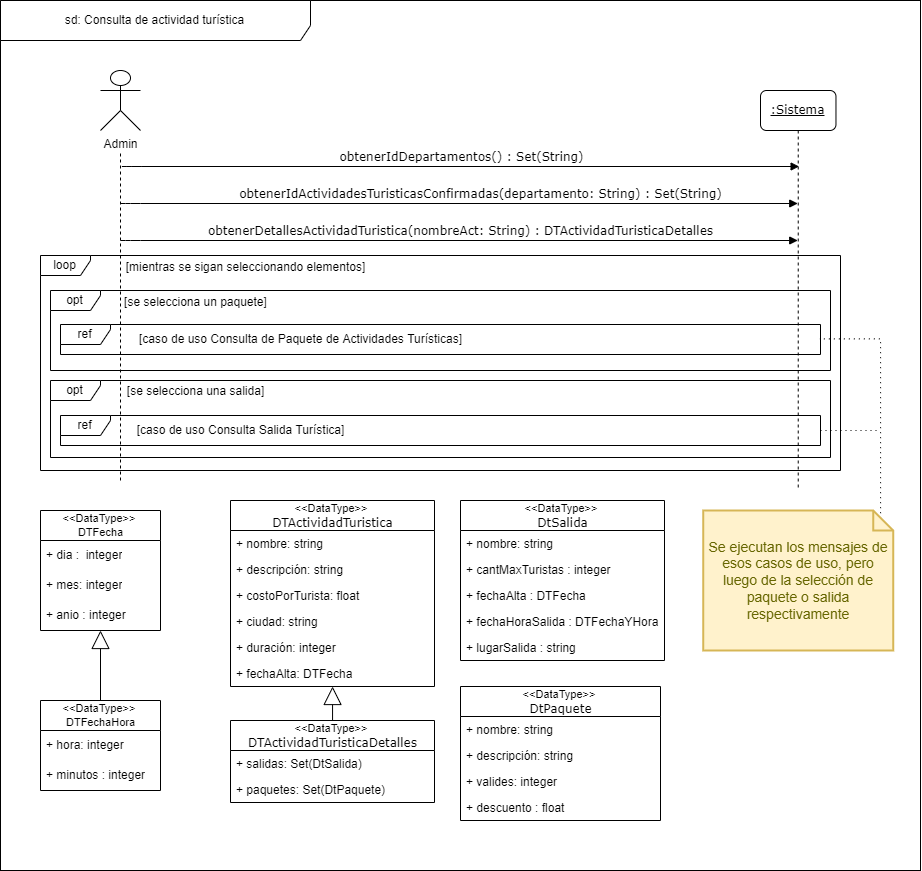
This is docs/Iteración 2/Análisis/DSS Servidor web/ConsultaDeActividadTuristica.png from FacundoDiaz00/Taller-de-Programaci-n, a draw.io export, as it was before one commit. Source tidied: cells renumbered, new cells last; positions are measured from the earlier drawing's top-left corner, leaving out a move shared by most shapes. Its diagram source:
```xml
<mxGraphModel>
  <root>
    <mxCell id="0" />
    <mxCell id="1" parent="0" />
    <mxCell id="2" style="rounded=0;whiteSpace=wrap;html=1;fontSize=12;" parent="1" vertex="1">
      <mxGeometry width="920" height="870" as="geometry" />
    </mxCell>
    <mxCell id="3" value="sd: Consulta de actividad turística" style="shape=umlFrame;whiteSpace=wrap;html=1;width=310;height=40;" parent="1" vertex="1">
      <mxGeometry width="920" height="870" as="geometry" />
    </mxCell>
    <mxCell id="4" value="Admin&lt;br&gt;" style="shape=umlActor;verticalLabelPosition=bottom;verticalAlign=top;html=1;rounded=1;" parent="1" vertex="1">
      <mxGeometry x="100" y="70" width="40" height="60" as="geometry" />
    </mxCell>
    <mxCell id="5" value="obtenerIdActividadesTuristicasConfirmadas(departamento: String) : Set(String)" style="html=1;verticalAlign=bottom;endArrow=block;labelBackgroundColor=none;fontFamily=Verdana;fontSize=12;edgeStyle=elbowEdgeStyle;elbow=vertical;" parent="1" edge="1">
      <mxGeometry x="0.06" relative="1" as="geometry">
        <mxPoint x="120" y="203" as="sourcePoint" />
        <mxPoint x="797.2" y="203" as="targetPoint" />
        <Array as="points">
          <mxPoint x="130" y="203" />
        </Array>
      </mxGeometry>
    </mxCell>
    <mxCell id="6" value="obtenerDetallesActividadTuristica(nombreAct: String) : DTActividadTuristicaDetalles" style="html=1;verticalAlign=bottom;endArrow=block;labelBackgroundColor=none;fontFamily=Verdana;fontSize=12;edgeStyle=elbowEdgeStyle;elbow=vertical;" parent="1" edge="1" target="8">
      <mxGeometry relative="1" as="geometry">
        <mxPoint x="120" y="240" as="sourcePoint" />
        <Array as="points">
          <mxPoint x="130" y="240" />
        </Array>
      </mxGeometry>
    </mxCell>
    <mxCell id="7" style="endArrow=none;dashed=1;html=1;" parent="1" edge="1">
      <mxGeometry relative="1" as="geometry">
        <mxPoint x="120" y="480" as="sourcePoint" />
        <mxPoint x="120" y="150" as="targetPoint" />
      </mxGeometry>
    </mxCell>
    <mxCell id="8" value="&lt;u&gt;:Sistema&lt;/u&gt;" style="shape=umlLifeline;perimeter=lifelinePerimeter;whiteSpace=wrap;html=1;outlineConnect=0;rounded=1;shadow=0;comic=0;labelBackgroundColor=none;strokeWidth=1;fontFamily=Verdana;fontSize=12;align=center;" parent="1" vertex="1">
      <mxGeometry x="760" y="90" width="75.5" height="400" as="geometry" />
    </mxCell>
    <mxCell id="9" value="loop" style="shape=umlFrame;whiteSpace=wrap;html=1;width=50;height=20;" parent="1" vertex="1">
      <mxGeometry x="40" y="255" width="800" height="215" as="geometry" />
    </mxCell>
    <mxCell id="10" value="opt" style="shape=umlFrame;whiteSpace=wrap;html=1;width=50;height=20;" parent="1" vertex="1">
      <mxGeometry x="50" y="290" width="780" height="80" as="geometry" />
    </mxCell>
    <mxCell id="11" style="edgeStyle=orthogonalEdgeStyle;rounded=0;jettySize=auto;html=1;fontSize=12;endArrow=none;endFill=0;endSize=16;startArrow=block;startFill=0;startSize=16;" parent="1" edge="1" source="12">
      <mxGeometry relative="1" as="geometry">
        <mxPoint x="431.9" y="720" as="targetPoint" />
        <Array as="points">
          <mxPoint x="332" y="720" />
        </Array>
      </mxGeometry>
    </mxCell>
    <mxCell id="12" value="&amp;lt;&amp;lt;DataType&amp;gt;&amp;gt;&amp;nbsp;&lt;span style=&quot;font-family: &amp;quot;verdana&amp;quot; ; font-size: 12px&quot;&gt;&lt;br&gt;DTActividadTuristica&lt;/span&gt;" style="swimlane;fontStyle=0;horizontal=1;startSize=30;sketch=0;fontSize=11;gradientColor=none;html=1;" parent="1" vertex="1">
      <mxGeometry x="230" y="500" width="204" height="186" as="geometry" />
    </mxCell>
    <mxCell id="13" value="+ nombre: string" style="text;strokeColor=none;fillColor=none;align=left;verticalAlign=top;spacingLeft=4;spacingRight=4;overflow=hidden;" parent="12" vertex="1">
      <mxGeometry y="30" width="204" height="26" as="geometry" />
    </mxCell>
    <mxCell id="14" value="+ descripción: string" style="text;strokeColor=none;fillColor=none;align=left;verticalAlign=top;spacingLeft=4;spacingRight=4;overflow=hidden;" parent="12" vertex="1">
      <mxGeometry y="56" width="204" height="26" as="geometry" />
    </mxCell>
    <mxCell id="15" value="+ costoPorTurista: float" style="text;strokeColor=none;fillColor=none;align=left;verticalAlign=top;spacingLeft=4;spacingRight=4;overflow=hidden;" parent="12" vertex="1">
      <mxGeometry y="82" width="204" height="26" as="geometry" />
    </mxCell>
    <mxCell id="16" value="+ ciudad: string" style="text;strokeColor=none;fillColor=none;align=left;verticalAlign=top;spacingLeft=4;spacingRight=4;overflow=hidden;" parent="12" vertex="1">
      <mxGeometry y="108" width="204" height="26" as="geometry" />
    </mxCell>
    <mxCell id="17" value="+ duración: integer" style="text;strokeColor=none;fillColor=none;align=left;verticalAlign=top;spacingLeft=4;spacingRight=4;overflow=hidden;" parent="12" vertex="1">
      <mxGeometry y="134" width="204" height="26" as="geometry" />
    </mxCell>
    <mxCell id="18" value="+ fechaAlta: DTFecha" style="text;strokeColor=none;fillColor=none;align=left;verticalAlign=top;spacingLeft=4;spacingRight=4;overflow=hidden;" parent="12" vertex="1">
      <mxGeometry y="160" width="204" height="26" as="geometry" />
    </mxCell>
    <mxCell id="19" value="[se selecciona un paquete]" style="text;html=1;align=center;verticalAlign=middle;strokeColor=none;fillColor=none;" parent="1" vertex="1">
      <mxGeometry x="115" y="292" width="160" height="20" as="geometry" />
    </mxCell>
    <mxCell id="20" value="opt" style="shape=umlFrame;whiteSpace=wrap;html=1;width=50;height=20;" parent="1" vertex="1">
      <mxGeometry x="50" y="380" width="780" height="77" as="geometry" />
    </mxCell>
    <mxCell id="21" value="[se selecciona una salida]" style="text;html=1;align=center;verticalAlign=middle;strokeColor=none;fillColor=none;" parent="1" vertex="1">
      <mxGeometry x="120" y="381" width="150" height="20" as="geometry" />
    </mxCell>
    <mxCell id="22" value="[mientras se sigan seleccionando elementos]" style="text;html=1;align=center;verticalAlign=middle;strokeColor=none;fillColor=none;" parent="1" vertex="1">
      <mxGeometry x="120" y="257" width="250" height="20" as="geometry" />
    </mxCell>
    <mxCell id="23" value="&amp;lt;&amp;lt;DataType&amp;gt;&amp;gt;&amp;nbsp;&lt;span style=&quot;font-family: &amp;quot;verdana&amp;quot; ; font-size: 12px&quot;&gt;&lt;br&gt;DTActividadTuristicaDetalles&lt;/span&gt;" style="swimlane;fontStyle=0;horizontal=1;startSize=30;sketch=0;fontSize=11;gradientColor=none;html=1;" parent="1" vertex="1">
      <mxGeometry x="230" y="720" width="204" height="82" as="geometry" />
    </mxCell>
    <mxCell id="24" value="+ salidas: Set(DtSalida)" style="text;strokeColor=none;fillColor=none;align=left;verticalAlign=top;spacingLeft=4;spacingRight=4;overflow=hidden;" parent="23" vertex="1">
      <mxGeometry y="30" width="204" height="26" as="geometry" />
    </mxCell>
    <mxCell id="25" value="+ paquetes: Set(DtPaquete)" style="text;strokeColor=none;fillColor=none;align=left;verticalAlign=top;spacingLeft=4;spacingRight=4;overflow=hidden;" parent="23" vertex="1">
      <mxGeometry y="56" width="204" height="26" as="geometry" />
    </mxCell>
    <mxCell id="26" value="&amp;lt;&amp;lt;DataType&amp;gt;&amp;gt;&amp;nbsp;&lt;br&gt;DTFecha" style="swimlane;fontStyle=0;horizontal=1;startSize=30;sketch=0;fontSize=11;gradientColor=none;html=1;" parent="1" vertex="1">
      <mxGeometry x="40" y="510" width="120" height="120" as="geometry" />
    </mxCell>
    <mxCell id="27" value="+ dia :&amp;nbsp; integer" style="text;strokeColor=none;fillColor=none;align=left;verticalAlign=middle;spacingLeft=4;spacingRight=4;overflow=hidden;sketch=0;fontSize=12;html=1;" parent="26" vertex="1">
      <mxGeometry y="30" width="120" height="30" as="geometry" />
    </mxCell>
    <mxCell id="28" value="+ mes: integer" style="text;strokeColor=none;fillColor=none;align=left;verticalAlign=middle;spacingLeft=4;spacingRight=4;overflow=hidden;sketch=0;fontSize=12;html=1;" parent="26" vertex="1">
      <mxGeometry y="60" width="120" height="30" as="geometry" />
    </mxCell>
    <mxCell id="29" value="+ anio : integer" style="text;strokeColor=none;fillColor=none;align=left;verticalAlign=middle;spacingLeft=4;spacingRight=4;overflow=hidden;sketch=0;fontSize=12;html=1;" parent="26" vertex="1">
      <mxGeometry y="90" width="120" height="30" as="geometry" />
    </mxCell>
    <mxCell id="30" style="edgeStyle=orthogonalEdgeStyle;rounded=0;jettySize=auto;html=1;fontSize=12;startArrow=none;startFill=0;endArrow=block;endFill=0;startSize=16;endSize=16;" parent="1" edge="1" source="31" target="26">
      <mxGeometry relative="1" as="geometry" />
    </mxCell>
    <mxCell id="31" value="&amp;lt;&amp;lt;DataType&amp;gt;&amp;gt;&amp;nbsp;&lt;br&gt;DTFechaHora" style="swimlane;fontStyle=0;horizontal=1;startSize=30;sketch=0;fontSize=11;gradientColor=none;html=1;" parent="1" vertex="1">
      <mxGeometry x="40" y="700" width="120" height="90" as="geometry" />
    </mxCell>
    <mxCell id="32" value="+ hora: integer" style="text;strokeColor=none;fillColor=none;align=left;verticalAlign=middle;spacingLeft=4;spacingRight=4;overflow=hidden;sketch=0;fontSize=12;html=1;" parent="31" vertex="1">
      <mxGeometry y="30" width="120" height="30" as="geometry" />
    </mxCell>
    <mxCell id="33" value="+ minutos : integer" style="text;strokeColor=none;fillColor=none;align=left;verticalAlign=middle;spacingLeft=4;spacingRight=4;overflow=hidden;sketch=0;fontSize=12;html=1;" parent="31" vertex="1">
      <mxGeometry y="60" width="120" height="30" as="geometry" />
    </mxCell>
    <mxCell id="34" value="obtenerIdDepartamentos() : Set(String)" style="html=1;verticalAlign=bottom;endArrow=block;labelBackgroundColor=none;fontFamily=Verdana;fontSize=12;edgeStyle=elbowEdgeStyle;elbow=vertical;" parent="1" edge="1">
      <mxGeometry relative="1" as="geometry">
        <mxPoint x="121.4" y="166" as="sourcePoint" />
        <mxPoint x="798.6" y="166" as="targetPoint" />
        <Array as="points">
          <mxPoint x="131.4" y="166" />
        </Array>
      </mxGeometry>
    </mxCell>
    <mxCell id="35" value="ref" style="shape=umlFrame;whiteSpace=wrap;html=1;width=50;height=20;" parent="1" vertex="1">
      <mxGeometry x="60" y="324" width="760" height="30" as="geometry" />
    </mxCell>
    <mxCell id="36" style="edgeStyle=orthogonalEdgeStyle;rounded=0;jettySize=auto;html=1;dashed=1;dashPattern=1 4;endArrow=none;endFill=0;" parent="1" edge="1" source="37">
      <mxGeometry relative="1" as="geometry">
        <mxPoint x="880" y="430" as="targetPoint" />
      </mxGeometry>
    </mxCell>
    <mxCell id="37" value="ref" style="shape=umlFrame;whiteSpace=wrap;html=1;width=50;height=20;" parent="1" vertex="1">
      <mxGeometry x="60" y="415" width="760" height="30" as="geometry" />
    </mxCell>
    <mxCell id="38" value="[caso de uso Consulta de Paquete de Actividades Turísticas]" style="text;html=1;align=center;verticalAlign=middle;strokeColor=none;fillColor=none;" parent="1" vertex="1">
      <mxGeometry x="130" y="329" width="340" height="20" as="geometry" />
    </mxCell>
    <mxCell id="39" value="[caso de uso Consulta Salida Turística]" style="text;html=1;align=center;verticalAlign=middle;strokeColor=none;fillColor=none;" parent="1" vertex="1">
      <mxGeometry x="130" y="420" width="220" height="20" as="geometry" />
    </mxCell>
    <mxCell id="40" style="edgeStyle=orthogonalEdgeStyle;rounded=0;jettySize=auto;html=1;entryX=0.999;entryY=0.48;entryDx=0;entryDy=0;entryPerimeter=0;dashed=1;endArrow=none;endFill=0;exitX=0;exitY=0;exitDx=180;exitDy=10;exitPerimeter=0;dashPattern=1 4;" parent="1" edge="1" source="41" target="35">
      <mxGeometry relative="1" as="geometry">
        <Array as="points">
          <mxPoint x="880" y="338" />
        </Array>
      </mxGeometry>
    </mxCell>
    <mxCell id="41" value="Se ejecutan los mensajes de esos casos de uso, pero luego de la selección de paquete o salida respectivamente" style="shape=note;strokeWidth=2;fontSize=14;size=20;whiteSpace=wrap;html=1;fillColor=#fff2cc;strokeColor=#d6b656;fontColor=#666600;" parent="1" vertex="1">
      <mxGeometry x="702.7" y="510" width="190" height="140" as="geometry" />
    </mxCell>
    <mxCell id="42" value="&amp;lt;&amp;lt;DataType&amp;gt;&amp;gt;&amp;nbsp;&lt;span style=&quot;font-family: &amp;quot;verdana&amp;quot; ; font-size: 12px&quot;&gt;&lt;br&gt;DtSalida&lt;/span&gt;" style="swimlane;fontStyle=0;horizontal=1;startSize=30;sketch=0;fontSize=11;gradientColor=none;html=1;" parent="1" vertex="1">
      <mxGeometry x="460" y="500" width="204" height="160" as="geometry" />
    </mxCell>
    <mxCell id="43" value="+ nombre: string" style="text;strokeColor=none;fillColor=none;align=left;verticalAlign=top;spacingLeft=4;spacingRight=4;overflow=hidden;" parent="42" vertex="1">
      <mxGeometry y="30" width="204" height="26" as="geometry" />
    </mxCell>
    <mxCell id="44" value="+ cantMaxTuristas : integer" style="text;strokeColor=none;fillColor=none;align=left;verticalAlign=top;spacingLeft=4;spacingRight=4;overflow=hidden;" parent="42" vertex="1">
      <mxGeometry y="56" width="204" height="26" as="geometry" />
    </mxCell>
    <mxCell id="45" value="+ fechaAlta : DTFecha" style="text;strokeColor=none;fillColor=none;align=left;verticalAlign=top;spacingLeft=4;spacingRight=4;overflow=hidden;" parent="42" vertex="1">
      <mxGeometry y="82" width="204" height="26" as="geometry" />
    </mxCell>
    <mxCell id="46" value="+ fechaHoraSalida : DTFechaYHora" style="text;strokeColor=none;fillColor=none;align=left;verticalAlign=top;spacingLeft=4;spacingRight=4;overflow=hidden;" parent="42" vertex="1">
      <mxGeometry y="108" width="204" height="26" as="geometry" />
    </mxCell>
    <mxCell id="47" value="+ lugarSalida : string" style="text;strokeColor=none;fillColor=none;align=left;verticalAlign=top;spacingLeft=4;spacingRight=4;overflow=hidden;" parent="42" vertex="1">
      <mxGeometry y="134" width="204" height="26" as="geometry" />
    </mxCell>
    <mxCell id="48" value="&amp;lt;&amp;lt;DataType&amp;gt;&amp;gt;&amp;nbsp;&lt;span style=&quot;font-family: &amp;quot;verdana&amp;quot; ; font-size: 12px&quot;&gt;&lt;br&gt;DtPaquete&lt;/span&gt;" style="swimlane;fontStyle=0;horizontal=1;startSize=30;sketch=0;fontSize=11;gradientColor=none;html=1;" parent="1" vertex="1">
      <mxGeometry x="460" y="686" width="200" height="134" as="geometry" />
    </mxCell>
    <mxCell id="49" value="+ nombre: string" style="text;strokeColor=none;fillColor=none;align=left;verticalAlign=top;spacingLeft=4;spacingRight=4;overflow=hidden;" parent="48" vertex="1">
      <mxGeometry y="30" width="200" height="26" as="geometry" />
    </mxCell>
    <mxCell id="50" value="+ descripción: string" style="text;strokeColor=none;fillColor=none;align=left;verticalAlign=top;spacingLeft=4;spacingRight=4;overflow=hidden;" parent="48" vertex="1">
      <mxGeometry y="56" width="200" height="26" as="geometry" />
    </mxCell>
    <mxCell id="51" value="+ valides: integer" style="text;strokeColor=none;fillColor=none;align=left;verticalAlign=top;spacingLeft=4;spacingRight=4;overflow=hidden;" parent="48" vertex="1">
      <mxGeometry y="82" width="200" height="26" as="geometry" />
    </mxCell>
    <mxCell id="52" value="+ descuento : float" style="text;strokeColor=none;fillColor=none;align=left;verticalAlign=top;spacingLeft=4;spacingRight=4;overflow=hidden;" parent="48" vertex="1">
      <mxGeometry y="108" width="200" height="26" as="geometry" />
    </mxCell>
  </root>
</mxGraphModel>
```
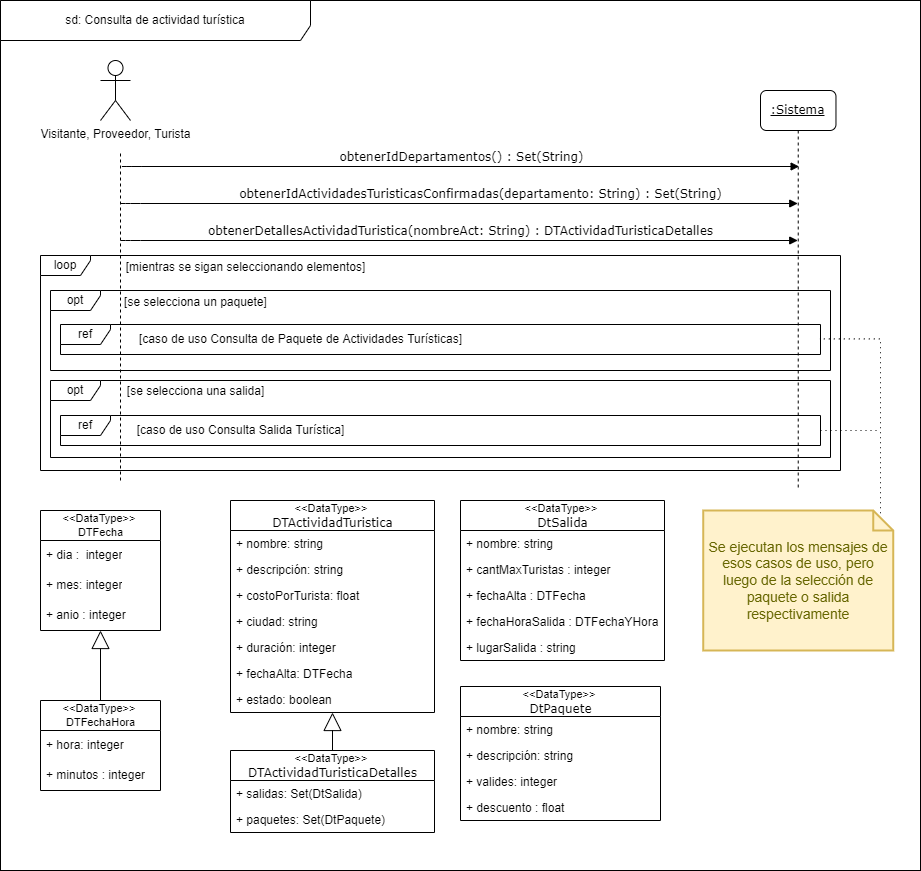
The same file after the commit.

Diff of the diagram source:
```diff
@@ -8,8 +8,8 @@
     <mxCell id="3" value="sd: Consulta de actividad turística" style="shape=umlFrame;whiteSpace=wrap;html=1;width=310;height=40;" parent="1" vertex="1">
       <mxGeometry width="920" height="870" as="geometry" />
     </mxCell>
-    <mxCell id="4" value="Admin&lt;br&gt;" style="shape=umlActor;verticalLabelPosition=bottom;verticalAlign=top;html=1;rounded=1;" parent="1" vertex="1">
-      <mxGeometry x="100" y="70" width="40" height="60" as="geometry" />
+    <mxCell id="4" value="Visitante, Proveedor, Turista" style="shape=umlActor;verticalLabelPosition=bottom;verticalAlign=top;html=1;rounded=1;" parent="1" vertex="1">
+      <mxGeometry x="100" y="60" width="30" height="60" as="geometry" />
     </mxCell>
     <mxCell id="5" value="obtenerIdActividadesTuristicasConfirmadas(departamento: String) : Set(String)" style="html=1;verticalAlign=bottom;endArrow=block;labelBackgroundColor=none;fontFamily=Verdana;fontSize=12;edgeStyle=elbowEdgeStyle;elbow=vertical;" parent="1" edge="1">
       <mxGeometry x="0.06" relative="1" as="geometry">
@@ -43,16 +43,11 @@
     <mxCell id="10" value="opt" style="shape=umlFrame;whiteSpace=wrap;html=1;width=50;height=20;" parent="1" vertex="1">
       <mxGeometry x="50" y="290" width="780" height="80" as="geometry" />
     </mxCell>
-    <mxCell id="11" style="edgeStyle=orthogonalEdgeStyle;rounded=0;jettySize=auto;html=1;fontSize=12;endArrow=none;endFill=0;endSize=16;startArrow=block;startFill=0;startSize=16;" parent="1" edge="1" source="12">
-      <mxGeometry relative="1" as="geometry">
-        <mxPoint x="431.9" y="720" as="targetPoint" />
-        <Array as="points">
-          <mxPoint x="332" y="720" />
-        </Array>
-      </mxGeometry>
+    <mxCell id="11" style="edgeStyle=orthogonalEdgeStyle;rounded=0;jettySize=auto;html=1;fontSize=12;endArrow=none;endFill=0;endSize=16;startArrow=block;startFill=0;startSize=16;entryX=0.5;entryY=0;entryDx=0;entryDy=0;" parent="1" edge="1" source="12" target="23">
+      <mxGeometry relative="1" as="geometry" />
     </mxCell>
     <mxCell id="12" value="&amp;lt;&amp;lt;DataType&amp;gt;&amp;gt;&amp;nbsp;&lt;span style=&quot;font-family: &amp;quot;verdana&amp;quot; ; font-size: 12px&quot;&gt;&lt;br&gt;DTActividadTuristica&lt;/span&gt;" style="swimlane;fontStyle=0;horizontal=1;startSize=30;sketch=0;fontSize=11;gradientColor=none;html=1;" parent="1" vertex="1">
-      <mxGeometry x="230" y="500" width="204" height="186" as="geometry" />
+      <mxGeometry x="230" y="500" width="204" height="212" as="geometry" />
     </mxCell>
     <mxCell id="13" value="+ nombre: string" style="text;strokeColor=none;fillColor=none;align=left;verticalAlign=top;spacingLeft=4;spacingRight=4;overflow=hidden;" parent="12" vertex="1">
       <mxGeometry y="30" width="204" height="26" as="geometry" />
@@ -72,6 +67,9 @@
     <mxCell id="18" value="+ fechaAlta: DTFecha" style="text;strokeColor=none;fillColor=none;align=left;verticalAlign=top;spacingLeft=4;spacingRight=4;overflow=hidden;" parent="12" vertex="1">
       <mxGeometry y="160" width="204" height="26" as="geometry" />
     </mxCell>
+    <mxCell id="53" value="+ estado: boolean" style="text;strokeColor=none;fillColor=none;align=left;verticalAlign=top;spacingLeft=4;spacingRight=4;overflow=hidden;" parent="12" vertex="1">
+      <mxGeometry y="186" width="204" height="26" as="geometry" />
+    </mxCell>
     <mxCell id="19" value="[se selecciona un paquete]" style="text;html=1;align=center;verticalAlign=middle;strokeColor=none;fillColor=none;" parent="1" vertex="1">
       <mxGeometry x="115" y="292" width="160" height="20" as="geometry" />
     </mxCell>
@@ -85,7 +83,7 @@
       <mxGeometry x="120" y="257" width="250" height="20" as="geometry" />
     </mxCell>
     <mxCell id="23" value="&amp;lt;&amp;lt;DataType&amp;gt;&amp;gt;&amp;nbsp;&lt;span style=&quot;font-family: &amp;quot;verdana&amp;quot; ; font-size: 12px&quot;&gt;&lt;br&gt;DTActividadTuristicaDetalles&lt;/span&gt;" style="swimlane;fontStyle=0;horizontal=1;startSize=30;sketch=0;fontSize=11;gradientColor=none;html=1;" parent="1" vertex="1">
-      <mxGeometry x="230" y="720" width="204" height="82" as="geometry" />
+      <mxGeometry x="230" y="750" width="204" height="82" as="geometry" />
     </mxCell>
     <mxCell id="24" value="+ salidas: Set(DtSalida)" style="text;strokeColor=none;fillColor=none;align=left;verticalAlign=top;spacingLeft=4;spacingRight=4;overflow=hidden;" parent="23" vertex="1">
       <mxGeometry y="30" width="204" height="26" as="geometry" />
```
